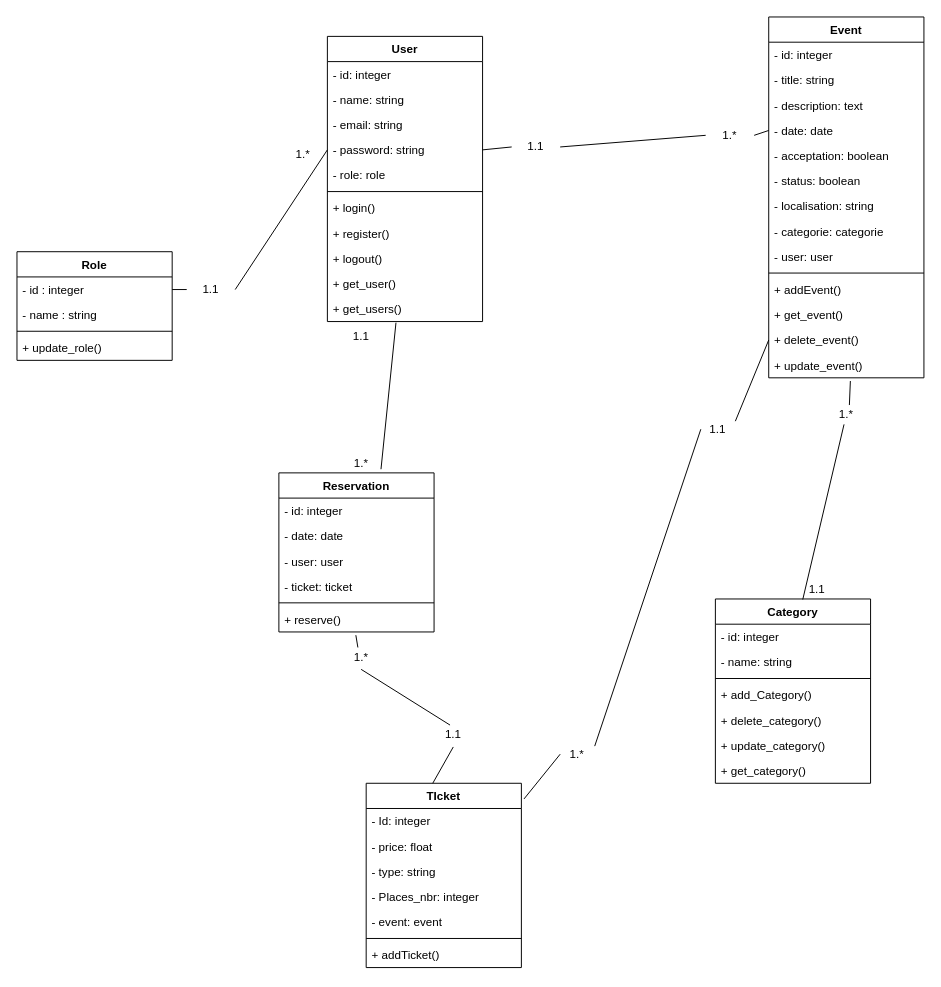
The draw.io diagram diagramme_classe.drawio in Mohamed072005/YouEvent, before the edit. Source tidied: cells renumbered, new cells numbered last; positions are measured from the earlier drawing's top-left corner, leaving out a move shared by most shapes. Both pictures are drawn from the tidied source at 97%, with x=0, y=0 at pixel (16, 16).
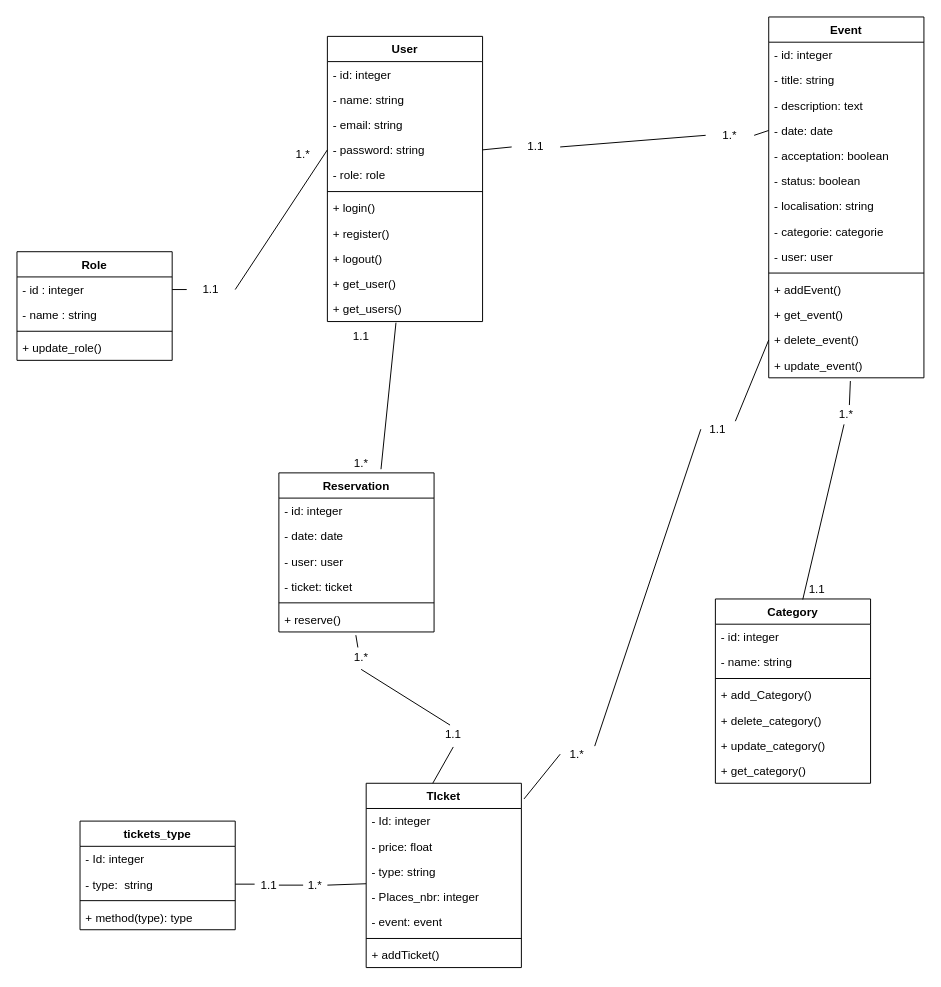
Above is the later version.

Unchanged cells that the change refers to:
```xml
<mxCell id="41" value="- Places_nbr: integer" style="text;strokeColor=none;fillColor=none;align=left;verticalAlign=top;spacingLeft=4;spacingRight=4;overflow=hidden;points=[[0,0.5],[1,0.5]];portConstraint=eastwest;" parent="37" vertex="1">
  <mxGeometry y="104" width="160" height="26" as="geometry" />
</mxCell>
```

Change to the diagram source:
```diff
@@
+    <mxCell id="83" value="tickets_type" style="swimlane;fontStyle=1;align=center;verticalAlign=top;horizontal=1;startSize=26;" parent="1" vertex="1">
+      <mxGeometry x="65" y="829" width="160" height="112" as="geometry" />
+    </mxCell>
+    <mxCell id="84" value="- Id: integer" style="text;strokeColor=none;fillColor=none;align=left;verticalAlign=top;spacingLeft=4;spacingRight=4;overflow=hidden;" parent="83" vertex="1">
+      <mxGeometry y="26" width="160" height="26" as="geometry" />
+    </mxCell>
+    <mxCell id="85" value="- type:  string" style="text;strokeColor=none;fillColor=none;align=left;verticalAlign=top;spacingLeft=4;spacingRight=4;overflow=hidden;points=[[0,0.5],[1,0.5]];portConstraint=eastwest;" parent="83" vertex="1">
+      <mxGeometry y="52" width="160" height="26" as="geometry" />
+    </mxCell>
+    <mxCell id="86" style="line;strokeWidth=1;fillColor=none;align=left;verticalAlign=middle;spacingTop=-1;spacingLeft=3;spacingRight=3;labelPosition=right;strokeColor=inherit;" parent="83" vertex="1">
+      <mxGeometry y="78" width="160" height="8" as="geometry" />
+    </mxCell>
+    <mxCell id="87" value="+ method(type): type" style="text;strokeColor=none;fillColor=none;align=left;verticalAlign=top;spacingLeft=4;spacingRight=4;overflow=hidden;" parent="83" vertex="1">
+      <mxGeometry y="86" width="160" height="26" as="geometry" />
+    </mxCell>
+    <mxCell id="88" style="endArrow=none;html=1;exitX=1;exitY=0.5;exitDx=0;exitDy=0;" parent="1" edge="1" source="85">
+      <mxGeometry relative="1" as="geometry">
+        <mxPoint x="245" y="894" as="targetPoint" />
+      </mxGeometry>
+    </mxCell>
+    <mxCell id="89" value="1.1" style="text;strokeColor=none;align=center;fillColor=none;html=1;verticalAlign=middle;whiteSpace=wrap;rounded=0;" parent="1" vertex="1">
+      <mxGeometry x="250" y="880" width="20" height="30" as="geometry" />
+    </mxCell>
+    <mxCell id="90" value="1.*" style="text;strokeColor=none;align=center;fillColor=none;html=1;verticalAlign=middle;whiteSpace=wrap;rounded=0;" parent="1" vertex="1">
+      <mxGeometry x="295" y="880" width="25" height="30" as="geometry" />
+    </mxCell>
+    <mxCell id="91" style="endArrow=none;html=1;exitX=-0.001;exitY=-0.016;exitDx=0;exitDy=0;exitPerimeter=0;entryX=1;entryY=0.5;entryDx=0;entryDy=0;" parent="1" edge="1" source="41" target="90">
+      <mxGeometry relative="1" as="geometry" />
+    </mxCell>
+    <mxCell id="92" style="endArrow=none;html=1;exitX=1;exitY=0.5;exitDx=0;exitDy=0;entryX=0;entryY=0.5;entryDx=0;entryDy=0;" parent="1" edge="1" source="89" target="90">
+      <mxGeometry relative="1" as="geometry" />
+    </mxCell>
```
